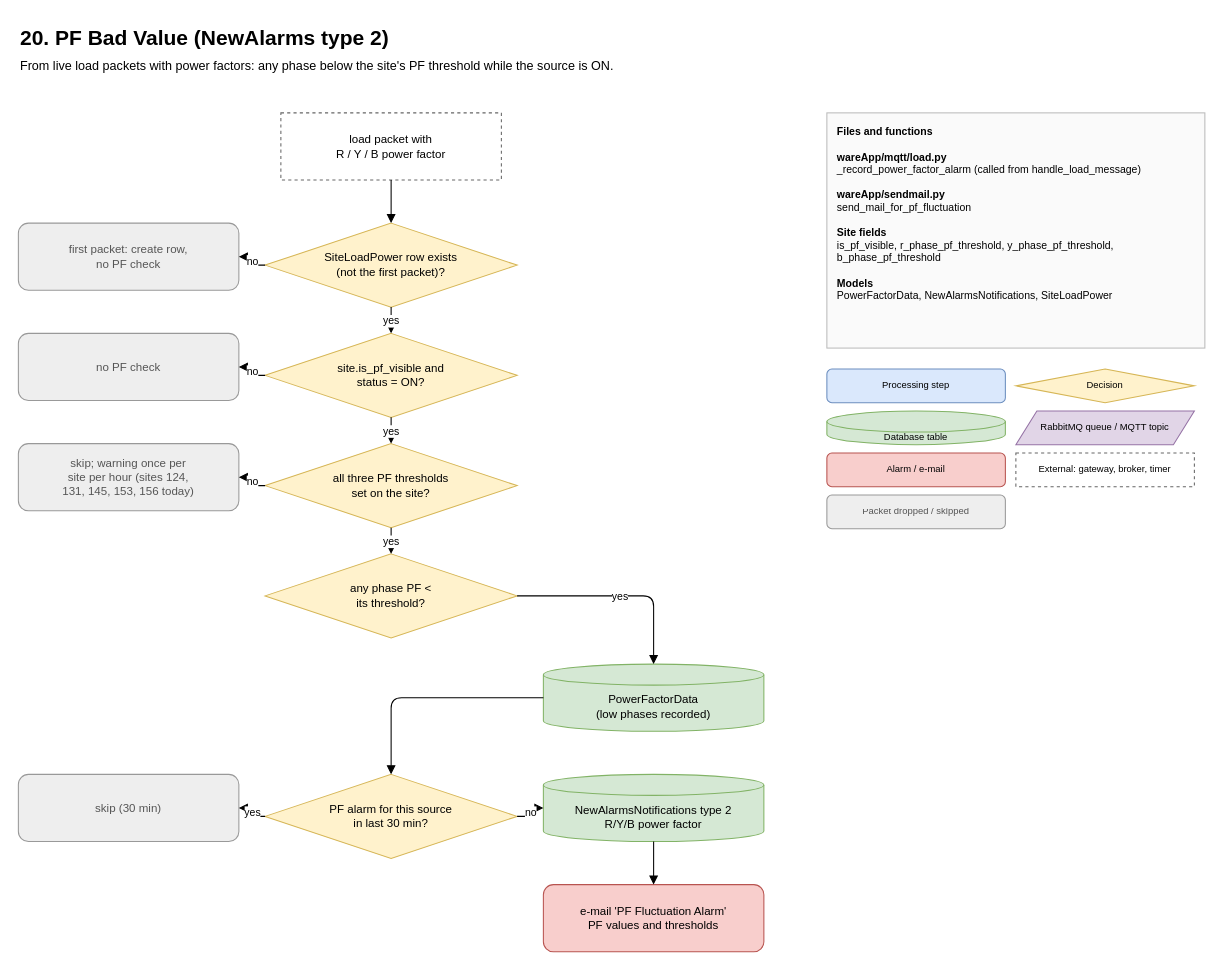
Above: docs/mqtt-flows/drawio/20-power-factor.drawio in ashutoshdubey-aviconn/AVC-backend (draw.io), before the change. Source tidied: cells renumbered, new cells numbered last; positions are measured from the earlier drawing's top-left corner, leaving out a move shared by most shapes. Both pictures are drawn from the tidied source at 105%, with x=0, y=0 at pixel (18, 18).
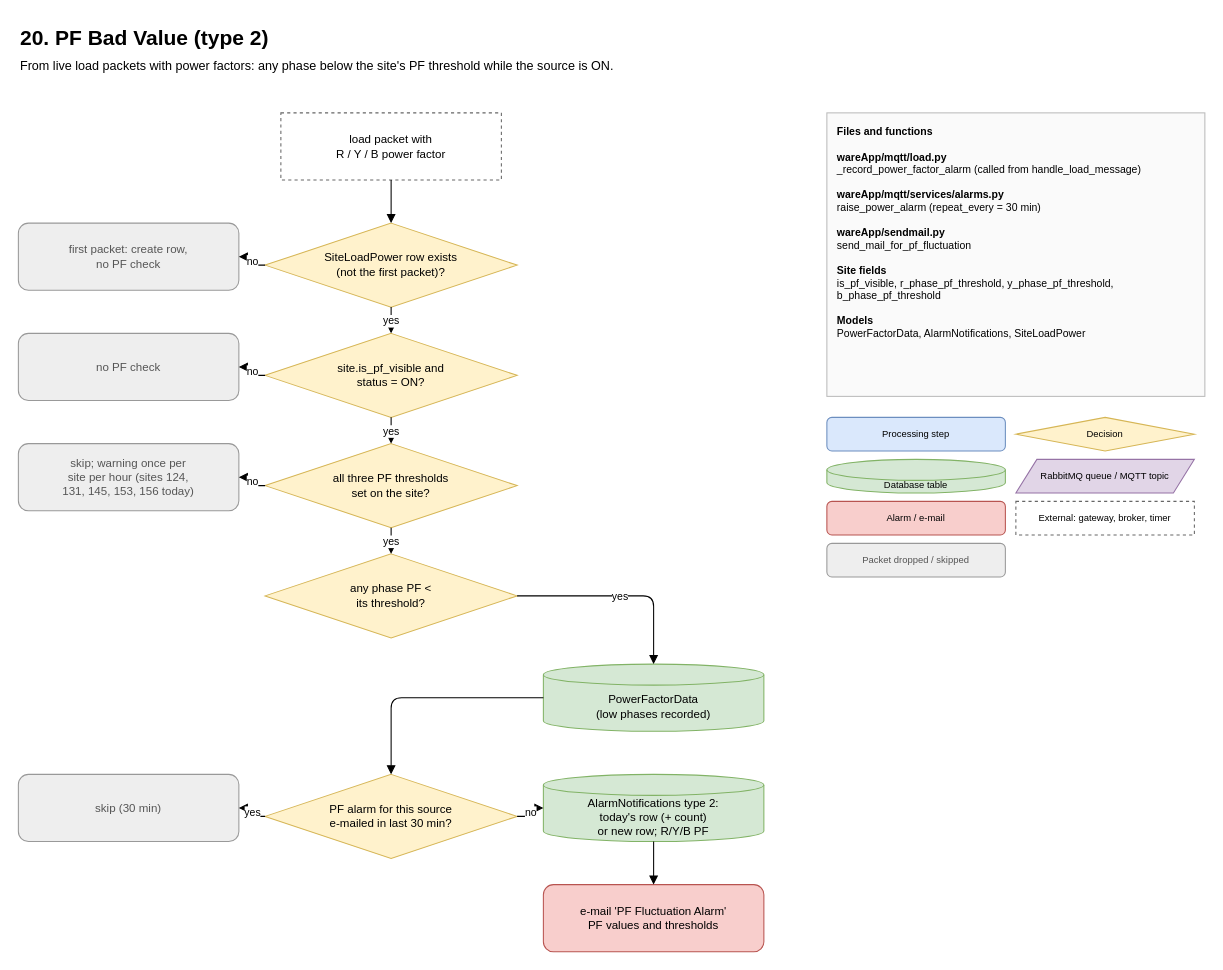
After the change.

What changed in the source:
```diff
@@
-    <mxCell id="2" value="20. PF Bad Value (NewAlarms type 2)" style="text;html=1;fontSize=20;fontStyle=1;align=left;" parent="1" vertex="1">
+    <mxCell id="2" value="20. PF Bad Value (type 2)" style="text;html=1;fontSize=20;fontStyle=1;align=left;" parent="1" vertex="1">
       <mxGeometry width="900" height="30" as="geometry" />
     </mxCell>
@@
-    <mxCell id="13" value="PF alarm for this source&lt;br&gt;in last 30 min?" style="rhombus;whiteSpace=wrap;html=1;fillColor=#fff2cc;strokeColor=#d6b656;fontSize=11;" parent="1" vertex="1">
+    <mxCell id="13" value="PF alarm for this source&lt;br&gt;e-mailed in last 30 min?" style="rhombus;whiteSpace=wrap;html=1;fillColor=#fff2cc;strokeColor=#d6b656;fontSize=11;" parent="1" vertex="1">
       <mxGeometry x="235" y="720" width="240" height="80" as="geometry" />
     </mxCell>
@@
-    <mxCell id="15" value="NewAlarmsNotifications type 2&lt;br&gt;R/Y/B power factor" style="shape=cylinder3;whiteSpace=wrap;html=1;boundedLbl=1;size=10;fillColor=#d5e8d4;strokeColor=#82b366;fontSize=11;" parent="1" vertex="1">
+    <mxCell id="15" value="AlarmNotifications type 2:&lt;br&gt;today's row (+ count)&lt;br&gt;or new row; R/Y/B PF" style="shape=cylinder3;whiteSpace=wrap;html=1;boundedLbl=1;size=10;fillColor=#d5e8d4;strokeColor=#82b366;fontSize=11;" parent="1" vertex="1">
       <mxGeometry x="500" y="720" width="210" height="64" as="geometry" />
     </mxCell>
@@
-    <mxCell id="29" value="&lt;b&gt;Files and functions&lt;/b&gt;&lt;br&gt;&lt;br&gt;&lt;b&gt;wareApp/mqtt/load.py&lt;/b&gt;&lt;br&gt;_record_power_factor_alarm (called from handle_load_message)&lt;br&gt;&lt;br&gt;&lt;b&gt;wareApp/sendmail.py&lt;/b&gt;&lt;br&gt;send_mail_for_pf_fluctuation&lt;br&gt;&lt;br&gt;&lt;b&gt;Site fields&lt;/b&gt;&lt;br&gt;is_pf_visible, r_phase_pf_threshold, y_phase_pf_threshold, b_phase_pf_threshold&lt;br&gt;&lt;br&gt;&lt;b&gt;Models&lt;/b&gt;&lt;br&gt;PowerFactorData, NewAlarmsNotifications, SiteLoadPower&lt;br&gt;&lt;br&gt;" style="rounded=0;whiteSpace=wrap;html=1;align=left;verticalAlign=top;spacingLeft=8;spacingTop=6;fillColor=#fafafa;strokeColor=#bbbbbb;fontSize=10;" parent="1" vertex="1">
-      <mxGeometry x="770" y="90" width="360" height="224" as="geometry" />
+    <mxCell id="29" value="&lt;b&gt;Files and functions&lt;/b&gt;&lt;br&gt;&lt;br&gt;&lt;b&gt;wareApp/mqtt/load.py&lt;/b&gt;&lt;br&gt;_record_power_factor_alarm (called from handle_load_message)&lt;br&gt;&lt;br&gt;&lt;b&gt;wareApp/mqtt/services/alarms.py&lt;/b&gt;&lt;br&gt;raise_power_alarm (repeat_every = 30 min)&lt;br&gt;&lt;br&gt;&lt;b&gt;wareApp/sendmail.py&lt;/b&gt;&lt;br&gt;send_mail_for_pf_fluctuation&lt;br&gt;&lt;br&gt;&lt;b&gt;Site fields&lt;/b&gt;&lt;br&gt;is_pf_visible, r_phase_pf_threshold, y_phase_pf_threshold, b_phase_pf_threshold&lt;br&gt;&lt;br&gt;&lt;b&gt;Models&lt;/b&gt;&lt;br&gt;PowerFactorData, AlarmNotifications, SiteLoadPower&lt;br&gt;&lt;br&gt;" style="rounded=0;whiteSpace=wrap;html=1;align=left;verticalAlign=top;spacingLeft=8;spacingTop=6;fillColor=#fafafa;strokeColor=#bbbbbb;fontSize=10;" parent="1" vertex="1">
+      <mxGeometry x="770" y="90" width="360" height="270" as="geometry" />
     </mxCell>
     <mxCell id="30" value="Processing step" style="rounded=1;whiteSpace=wrap;html=1;fillColor=#dae8fc;strokeColor=#6c8ebf;fontSize=9;" parent="1" vertex="1">
-      <mxGeometry x="770" y="334" width="170" height="32" as="geometry" />
+      <mxGeometry x="770" y="380" width="170" height="32" as="geometry" />
     </mxCell>
     <mxCell id="31" value="Decision" style="rhombus;whiteSpace=wrap;html=1;fillColor=#fff2cc;strokeColor=#d6b656;fontSize=9;" parent="1" vertex="1">
-      <mxGeometry x="950" y="334" width="170" height="32" as="geometry" />
+      <mxGeometry x="950" y="380" width="170" height="32" as="geometry" />
     </mxCell>
     <mxCell id="32" value="Database table" style="shape=cylinder3;whiteSpace=wrap;html=1;boundedLbl=1;size=10;fillColor=#d5e8d4;strokeColor=#82b366;fontSize=9;" parent="1" vertex="1">
-      <mxGeometry x="770" y="374" width="170" height="32" as="geometry" />
+      <mxGeometry x="770" y="420" width="170" height="32" as="geometry" />
     </mxCell>
     <mxCell id="33" value="RabbitMQ queue / MQTT topic" style="shape=parallelogram;perimeter=parallelogramPerimeter;whiteSpace=wrap;html=1;fixedSize=1;fillColor=#e1d5e7;strokeColor=#9673a6;fontSize=9;" parent="1" vertex="1">
-      <mxGeometry x="950" y="374" width="170" height="32" as="geometry" />
+      <mxGeometry x="950" y="420" width="170" height="32" as="geometry" />
     </mxCell>
     <mxCell id="34" value="Alarm / e-mail" style="rounded=1;whiteSpace=wrap;html=1;fillColor=#f8cecc;strokeColor=#b85450;fontSize=9;" parent="1" vertex="1">
-      <mxGeometry x="770" y="414" width="170" height="32" as="geometry" />
+      <mxGeometry x="770" y="460" width="170" height="32" as="geometry" />
     </mxCell>
     <mxCell id="35" value="External: gateway, broker, timer" style="rounded=0;whiteSpace=wrap;html=1;dashed=1;fillColor=#ffffff;strokeColor=#666666;fontSize=9;" parent="1" vertex="1">
-      <mxGeometry x="950" y="414" width="170" height="32" as="geometry" />
+      <mxGeometry x="950" y="460" width="170" height="32" as="geometry" />
     </mxCell>
     <mxCell id="36" value="Packet dropped / skipped" style="rounded=1;whiteSpace=wrap;html=1;fillColor=#eeeeee;strokeColor=#999999;fontColor=#555555;fontSize=9;" parent="1" vertex="1">
-      <mxGeometry x="770" y="454" width="170" height="32" as="geometry" />
+      <mxGeometry x="770" y="500" width="170" height="32" as="geometry" />
     </mxCell>
```
